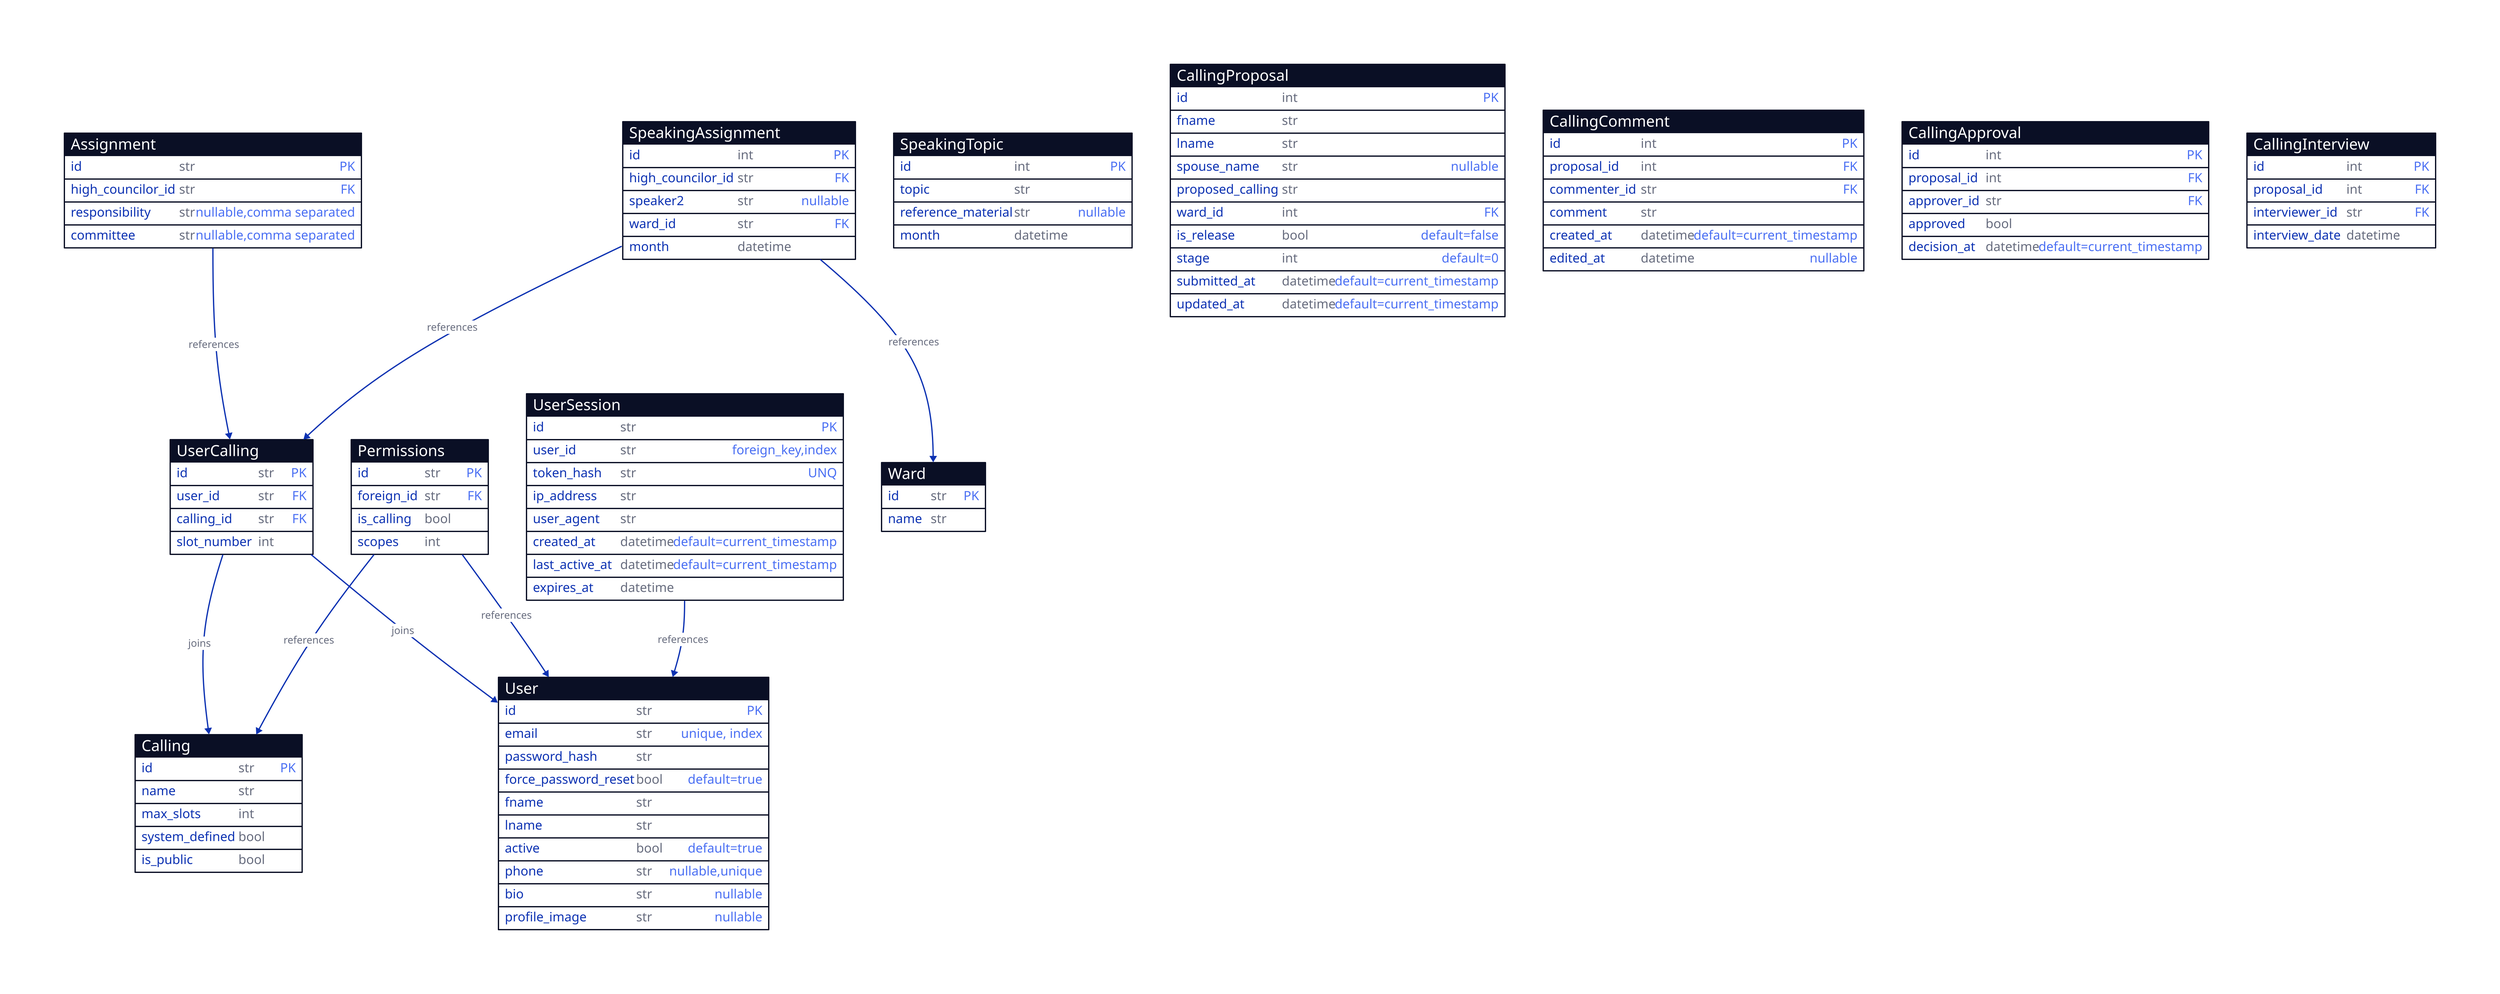
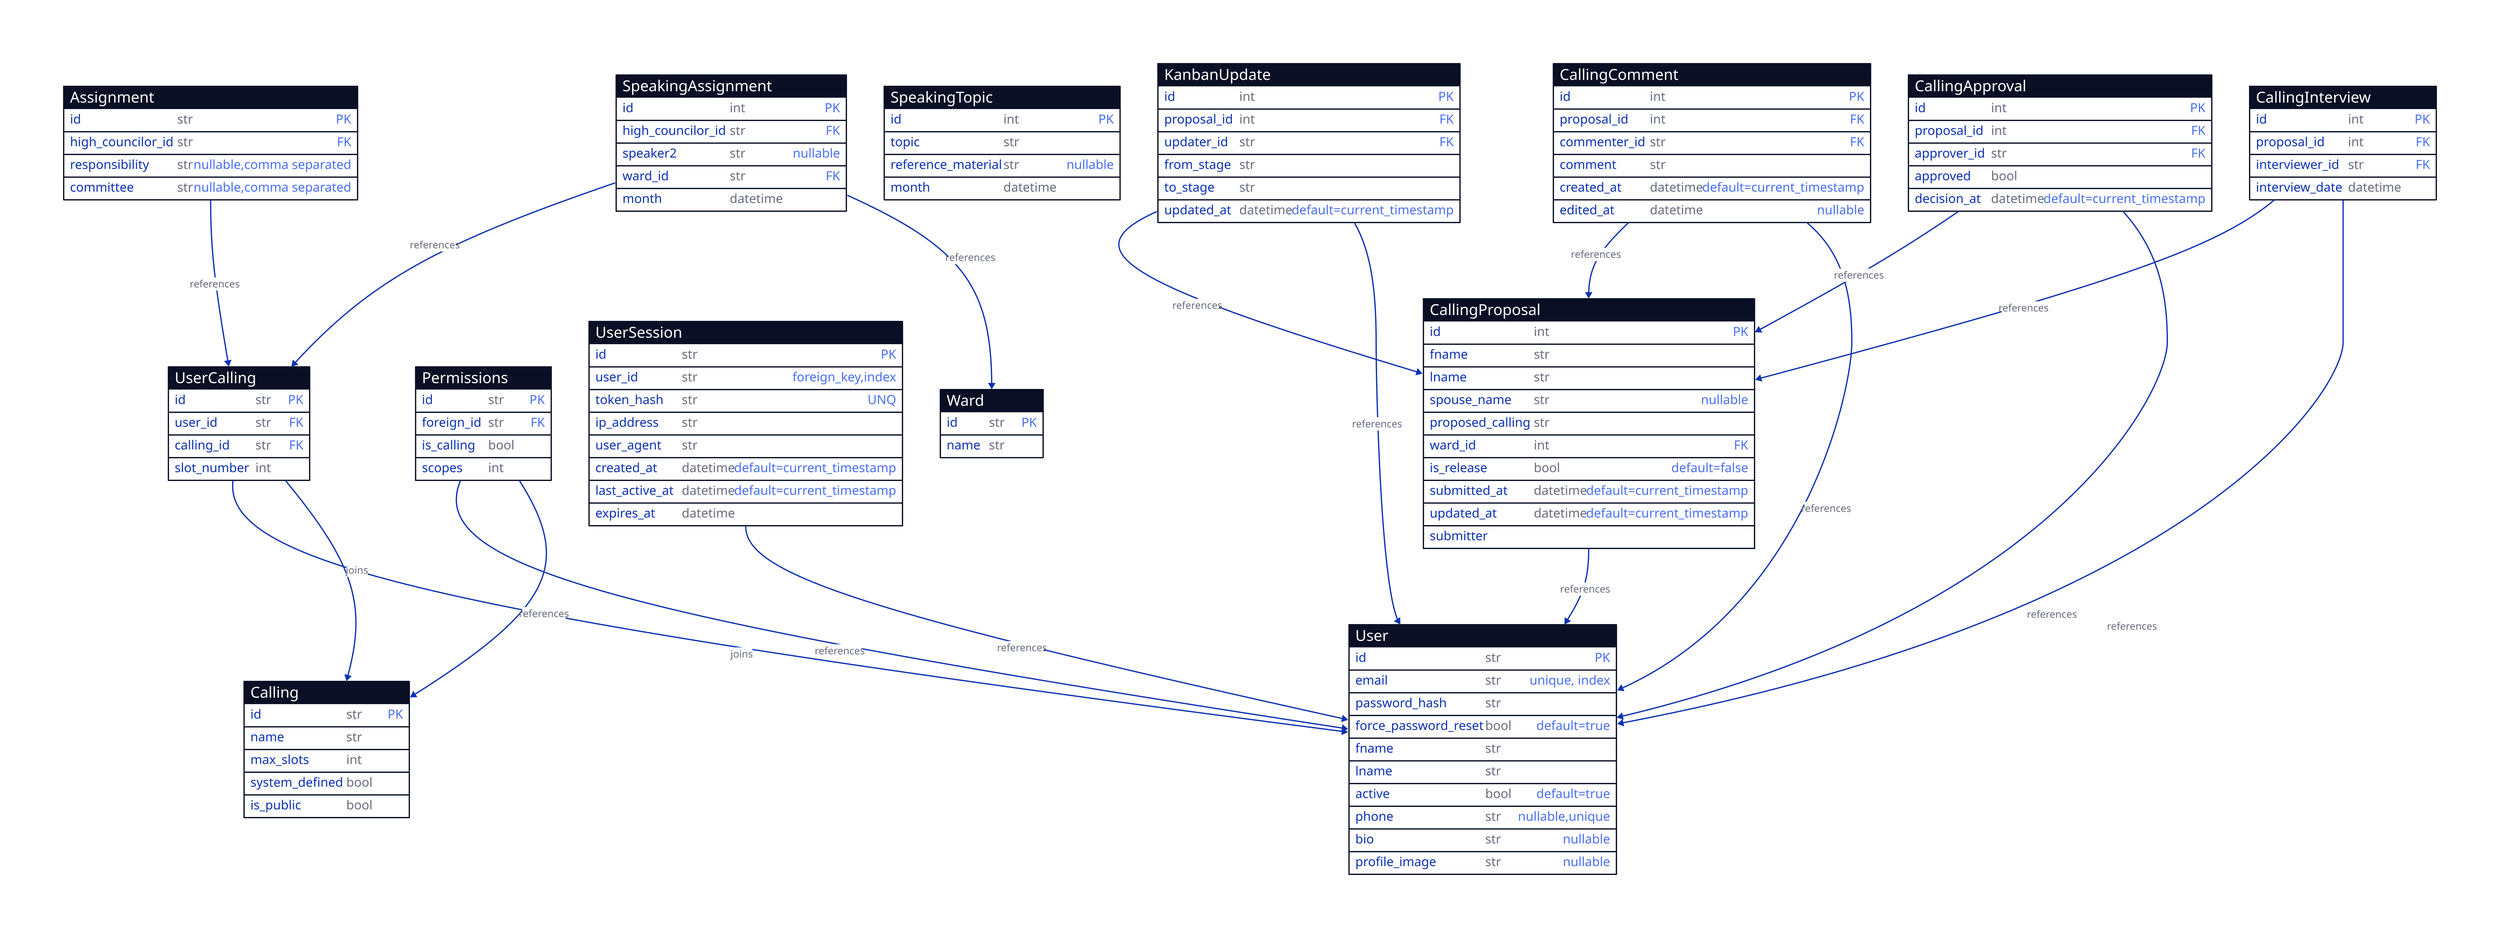
# direction: up

User: {
  shape: sql_table
  id: str {constraint: primary_key}
  email: str {constraint: unique, index}
  password_hash: str
  force_password_reset: bool {constraint: default=true}
  fname: str
  lname: str
  active: bool {constraint: default=true}
  phone: str {constraint: nullable,unique}
  bio: str {constraint: nullable}
  profile_image: str {constraint: nullable}
}

Calling: {
  shape: sql_table
  id: str {constraint: primary_key}
  name: str
  max_slots: int
  system_defined: bool
  is_public: bool
}

UserCalling: {
  shape: sql_table
  id: str {constraint: primary_key}
  user_id: str {constraint: foreign_key}
  calling_id: str {constraint: foreign_key}
  slot_number: int
}

Permissions: {
  shape: sql_table
  id: str {constraint: primary_key}
  foreign_id: str {constraint: foreign_key}
  is_calling: bool
  scopes: int
}

UserSession: {
  shape: sql_table
  id: str {constraint: primary_key}
  user_id: str {constraint: foreign_key,index}
  token_hash: str {constraint: unique}
  ip_address: str
  user_agent: str
  created_at: datetime {constraint: default=current_timestamp}
  last_active_at: datetime {constraint: default=current_timestamp}
  expires_at: datetime
}

# Ward related datatypes
Ward: {
  shape: sql_table
  id: str {constraint: primary_key}
  name: str
}

# High Councilor related datatypes
Assignment: {
  shape: sql_table
  id: str {constraint: primary_key}
  high_councilor_id: str {constraint: foreign_key}
  responsibility: str  {constraint: nullable,comma separated}
  committee: str {constraint: nullable,comma separated}
}

SpeakingAssignment: {
  shape: sql_table
  id: int {constraint: primary_key}
  high_councilor_id: str {constraint: foreign_key}
  speaker2: str {constraint: nullable}
  ward_id: str {constraint: foreign_key}
  month: datetime
}

SpeakingTopic: {
  shape: sql_table
  id: int {constraint: primary_key}
  topic: str
  reference_material: str {constraint: nullable}
  month: datetime
}


# Calling Kanban related datatypes
+ KanbanUpdate: {
+   shape: sql_table
+   id: int {constraint: primary_key}
+   proposal_id: int {constraint: foreign_key}
+   updater_id: str {constraint: foreign_key}
+   from_stage: str
+   to_stage: str
+   updated_at: datetime {constraint: default=current_timestamp}
+ }
+ 
CallingProposal: {
  shape: sql_table
  id: int {constraint: primary_key}
  fname: str
  lname: str
  spouse_name: str {constraint: nullable}
  proposed_calling: str
  ward_id: int {constraint: foreign_key}
  is_release: bool {constraint: default=false}
-   stage: int {constraint: default=0}
  submitted_at: datetime {constraint: default=current_timestamp}
  updated_at: datetime {constraint: default=current_timestamp}
}

CallingComment: {
  shape: sql_table
  id: int {constraint: primary_key}
  proposal_id: int {constraint: foreign_key}
  commenter_id: str {constraint: foreign_key}
  comment: str
  created_at: datetime {constraint: default=current_timestamp}
  edited_at: datetime {constraint: nullable}
}

CallingApproval: {
  shape: sql_table
  id: int {constraint: primary_key}
  proposal_id: int {constraint: foreign_key}
  approver_id: str {constraint: foreign_key}
  approved: bool
  decision_at: datetime {constraint: default=current_timestamp}
}

CallingInterview: {
  shape: sql_table
  id: int {constraint: primary_key}
  proposal_id: int {constraint: foreign_key}
  interviewer_id: str {constraint: foreign_key}
  interview_date: datetime
}

# Relationships based on common fields
UserCalling -> User : "joins"
UserCalling -> Calling : "joins"
Permissions.foreign_id -> User.id : "references"
Permissions.foreign_id -> Calling.id : "references"
UserSession.user_id -> User.id : "references"
Assignment.high_councilor_id -> UserCalling.id : "references"
SpeakingAssignment.high_councilor_id -> UserCalling.id : "references"
- SpeakingAssignment.ward_id -> Ward.id : "references"+ SpeakingAssignment.ward_id -> Ward.id : "references"
+ 
+ # Calling Kanban relationships
+ KanbanUpdate.proposal_id -> CallingProposal.id : "references"
+ KanbanUpdate.updater_id -> User.id : "references"
+ CallingComment.proposal_id -> CallingProposal.id : "references"
+ CallingComment.commenter_id -> User.id : "references"
+ CallingApproval.proposal_id -> CallingProposal.id : "references"
+ CallingApproval.approver_id -> User.id : "references"
+ CallingInterview.proposal_id -> CallingProposal.id : "references"
+ CallingInterview.interviewer_id -> User.id : "references"
+ CallingProposal.submitter -> User.id : "references"